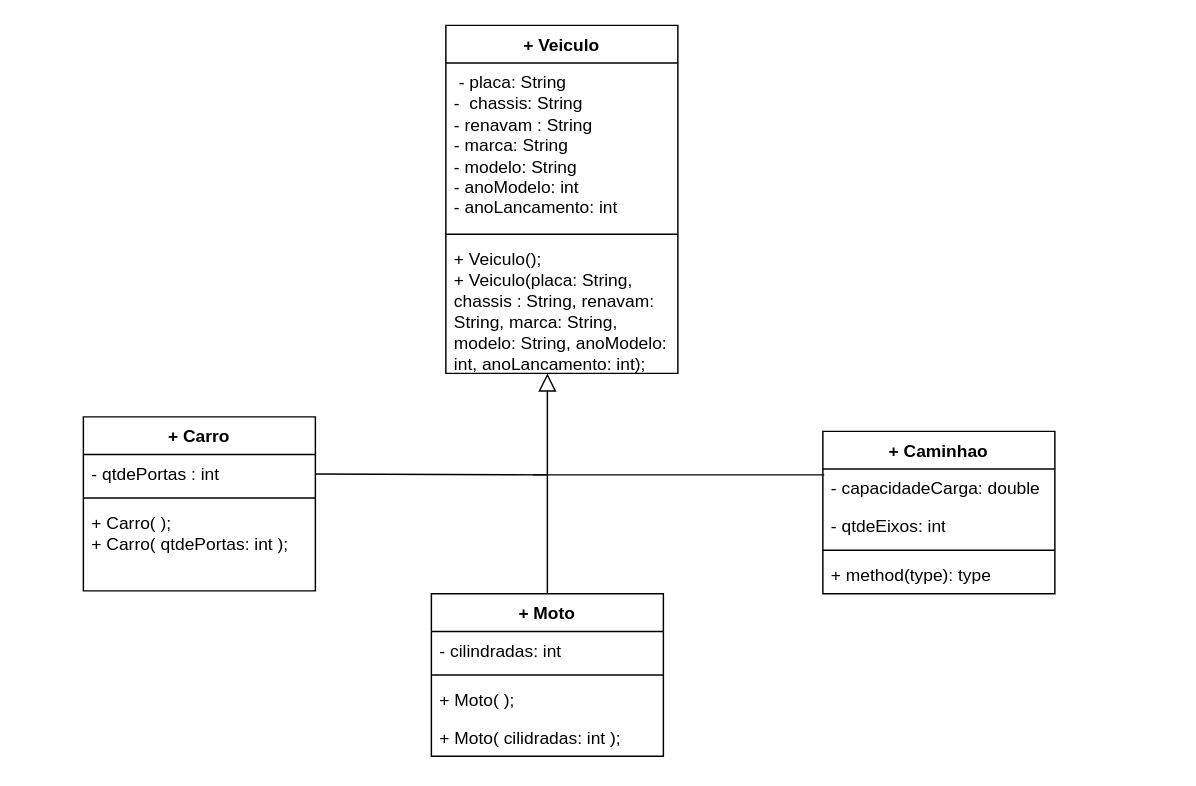
Before: Análise e Projetos Orientados a Objetos/Lista03/Diagrama sem nome.drawio in Krittz/IFTM-ADS, a draw.io diagram. Source tidied: cells renumbered, new cells numbered last; positions are measured from the earlier drawing's top-left corner, leaving out a move shared by most shapes. Both pictures are drawn from the tidied source at 145%, with x=0, y=0 at pixel (83, 25).
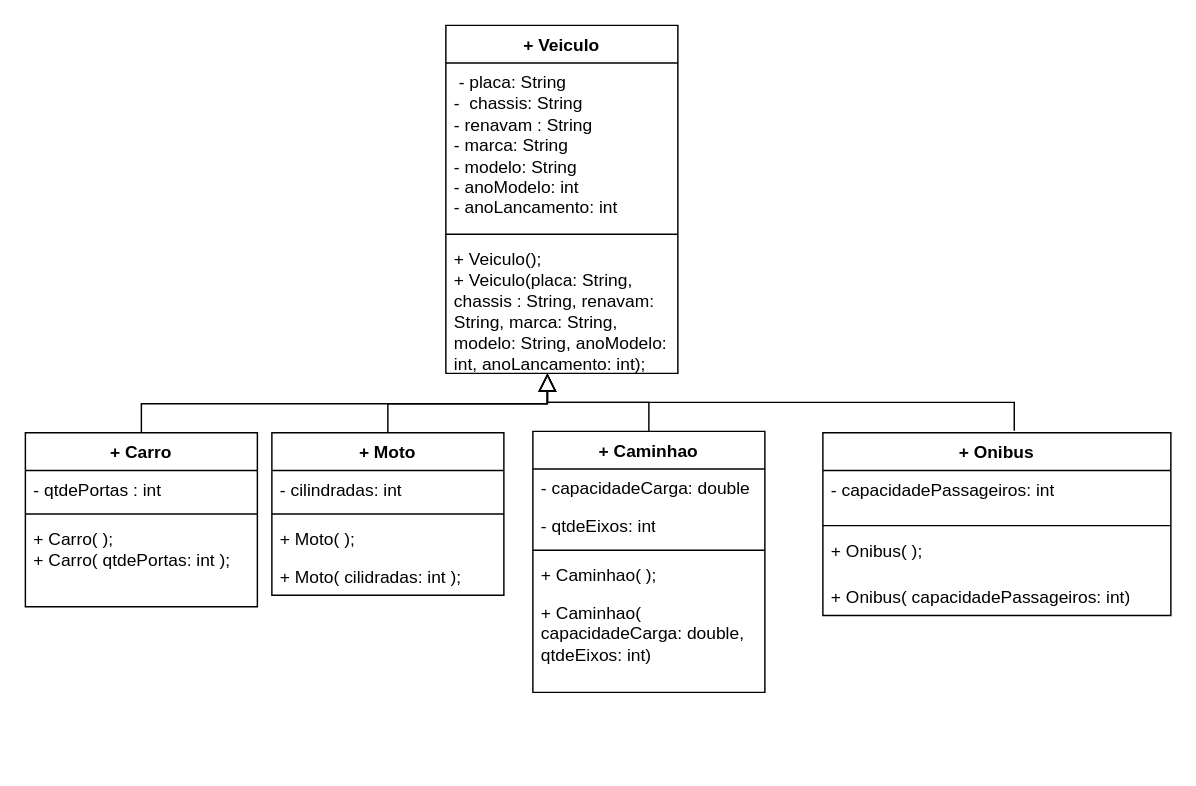
The same page after the edit.

Unchanged cells that the change refers to:
```xml
<mxCell id="5" value="+ Veiculo();&lt;br&gt;+ Veiculo(placa: String, chassis : String, renavam: String, marca: String,&lt;br&gt;modelo: String, anoModelo: int, anoLancamento: int);" style="text;strokeColor=none;fillColor=none;align=left;verticalAlign=top;spacingLeft=4;spacingRight=4;overflow=hidden;points=[[0,0.5],[1,0.5]];portConstraint=eastwest;whiteSpace=wrap;html=1;" parent="2" vertex="1">
  <mxGeometry y="148" width="160" height="92" as="geometry" />
</mxCell>
<mxCell id="7" value="- qtdePortas : int" style="text;strokeColor=none;fillColor=none;align=left;verticalAlign=top;spacingLeft=4;spacingRight=4;overflow=hidden;points=[[0,0.5],[1,0.5]];portConstraint=eastwest;whiteSpace=wrap;html=1;" parent="6" vertex="1">
  <mxGeometry y="26" width="160" height="26" as="geometry" />
</mxCell>
<mxCell id="16" value="- capacidadeCarga: double" style="text;strokeColor=none;fillColor=none;align=left;verticalAlign=top;spacingLeft=4;spacingRight=4;overflow=hidden;points=[[0,0.5],[1,0.5]];portConstraint=eastwest;whiteSpace=wrap;html=1;" parent="15" vertex="1">
  <mxGeometry y="26" width="160" height="26" as="geometry" />
</mxCell>
```

Change to the diagram source:
```diff
@@
     <mxCell id="6" value="+ Carro&lt;br&gt;" style="swimlane;fontStyle=1;align=center;verticalAlign=top;horizontal=1;startSize=26;whiteSpace=wrap;html=1;" parent="1" vertex="1">
-      <mxGeometry y="270" width="160" height="120" as="geometry" />
+      <mxGeometry x="-40" y="281" width="160" height="120" as="geometry" />
     </mxCell>
@@
     <mxCell id="10" value="+ Moto" style="swimlane;fontStyle=1;align=center;verticalAlign=top;horizontal=1;startSize=26;whiteSpace=wrap;html=1;" parent="1" vertex="1">
-      <mxGeometry x="240" y="392" width="160" height="112" as="geometry" />
+      <mxGeometry x="130" y="281" width="160" height="112" as="geometry" />
     </mxCell>
@@
     <mxCell id="15" value="+ Caminhao&lt;br&gt;" style="swimlane;fontStyle=1;align=center;verticalAlign=top;horizontal=1;startSize=26;whiteSpace=wrap;html=1;" parent="1" vertex="1">
-      <mxGeometry x="510" y="280" width="160" height="112" as="geometry" />
+      <mxGeometry x="310" y="280" width="160" height="180" as="geometry" />
     </mxCell>
@@
-    <mxCell id="19" value="+ method(type): type" style="text;strokeColor=none;fillColor=none;align=left;verticalAlign=top;spacingLeft=4;spacingRight=4;overflow=hidden;whiteSpace=wrap;html=1;" parent="15" vertex="1">
+    <mxCell id="19" value="+ Caminhao( );" style="text;strokeColor=none;fillColor=none;align=left;verticalAlign=top;spacingLeft=4;spacingRight=4;overflow=hidden;whiteSpace=wrap;html=1;" parent="15" vertex="1">
       <mxGeometry y="86" width="160" height="26" as="geometry" />
     </mxCell>
+    <mxCell id="23" value="+ Caminhao( capacidadeCarga: double, qtdeEixos: int)" style="text;strokeColor=none;fillColor=none;align=left;verticalAlign=top;spacingLeft=4;spacingRight=4;overflow=hidden;whiteSpace=wrap;html=1;" parent="15" vertex="1">
+      <mxGeometry y="112" width="160" height="68" as="geometry" />
+    </mxCell>
@@
-    <mxCell id="21" style="endArrow=none;html=1;rounded=0;" parent="1" edge="1" source="7">
-      <mxGeometry relative="1" as="geometry">
-        <mxPoint x="320" y="310" as="targetPoint" />
-      </mxGeometry>
-    </mxCell>
-    <mxCell id="22" style="endArrow=none;html=1;rounded=0;entryX=0.006;entryY=0.154;entryDx=0;entryDy=0;entryPerimeter=0;" parent="1" edge="1" target="16">
-      <mxGeometry relative="1" as="geometry">
-        <mxPoint x="310" y="310" as="sourcePoint" />
-      </mxGeometry>
-    </mxCell>
+    <mxCell id="24" style="endArrow=block;endSize=10;endFill=0;shadow=0;strokeWidth=1;rounded=0;edgeStyle=elbowEdgeStyle;elbow=vertical;" parent="1" edge="1" source="6">
+      <mxGeometry relative="1" as="geometry">
+        <mxPoint x="320" y="240" as="targetPoint" />
+      </mxGeometry>
+    </mxCell>
+    <mxCell id="25" style="endArrow=block;endSize=10;endFill=0;shadow=0;strokeWidth=1;rounded=0;edgeStyle=elbowEdgeStyle;elbow=vertical;entryX=0.438;entryY=1;entryDx=0;entryDy=0;entryPerimeter=0;" parent="1" edge="1" source="15" target="5">
+      <mxGeometry relative="1" as="geometry" />
+    </mxCell>
+    <mxCell id="26" value="+ Onibus&lt;br&gt;" style="swimlane;fontStyle=1;align=center;verticalAlign=top;horizontal=1;startSize=26;whiteSpace=wrap;html=1;" parent="1" vertex="1">
+      <mxGeometry x="510" y="281" width="240" height="126" as="geometry" />
+    </mxCell>
+    <mxCell id="27" value="- capacidadePassageiros: int" style="text;strokeColor=none;fillColor=none;align=left;verticalAlign=top;spacingLeft=4;spacingRight=4;overflow=hidden;whiteSpace=wrap;html=1;" parent="26" vertex="1">
+      <mxGeometry y="26" width="240" height="34" as="geometry" />
+    </mxCell>
+    <mxCell id="28" style="line;strokeWidth=1;fillColor=none;align=left;verticalAlign=middle;spacingTop=-1;spacingLeft=3;spacingRight=3;labelPosition=right;strokeColor=inherit;" parent="26" vertex="1">
+      <mxGeometry y="60" width="240" height="8" as="geometry" />
+    </mxCell>
+    <mxCell id="29" value="+ Onibus( );" style="text;strokeColor=none;fillColor=none;align=left;verticalAlign=top;spacingLeft=4;spacingRight=4;overflow=hidden;whiteSpace=wrap;html=1;" parent="26" vertex="1">
+      <mxGeometry y="68" width="240" height="32" as="geometry" />
+    </mxCell>
+    <mxCell id="30" value="+ Onibus( capacidadePassageiros: int)" style="text;strokeColor=none;fillColor=none;align=left;verticalAlign=top;spacingLeft=4;spacingRight=4;overflow=hidden;whiteSpace=wrap;html=1;" parent="26" vertex="1">
+      <mxGeometry y="100" width="240" height="26" as="geometry" />
+    </mxCell>
+    <mxCell id="31" style="endArrow=block;endSize=10;endFill=0;shadow=0;strokeWidth=1;rounded=0;edgeStyle=elbowEdgeStyle;elbow=vertical;exitX=0.55;exitY=-0.012;exitDx=0;exitDy=0;exitPerimeter=0;" parent="1" edge="1" source="26">
+      <mxGeometry relative="1" as="geometry">
+        <mxPoint x="320" y="240" as="targetPoint" />
+      </mxGeometry>
+    </mxCell>
```
